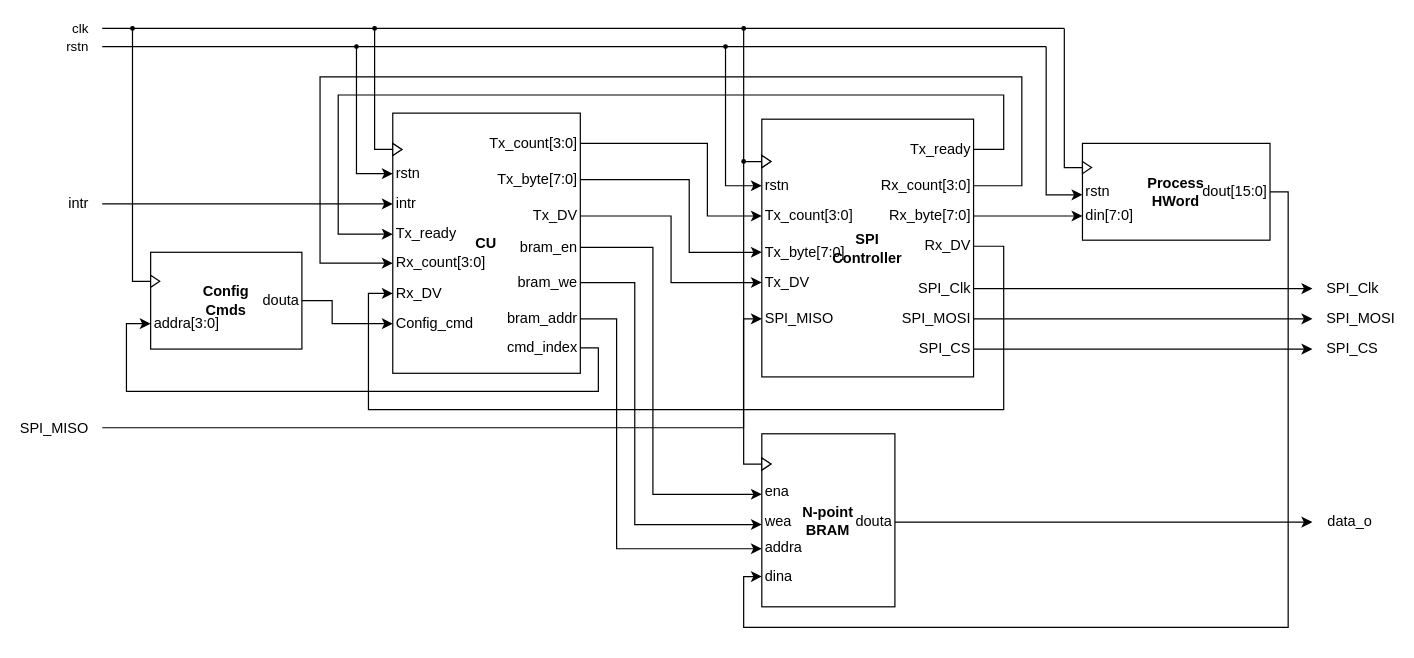
Above: page "data_path" (1 of 3) of 01_doc/03_drawings/01_design/spi_read_acc.drawio in Diogofernandes5/mthesis (draw.io), before the change. Source tidied: cells renumbered, new cells numbered last; positions are measured from the earlier drawing's top-left corner, leaving out a move shared by most shapes. Both pictures are drawn from the tidied source at 121%, with x=0, y=0 at pixel (102, 28).
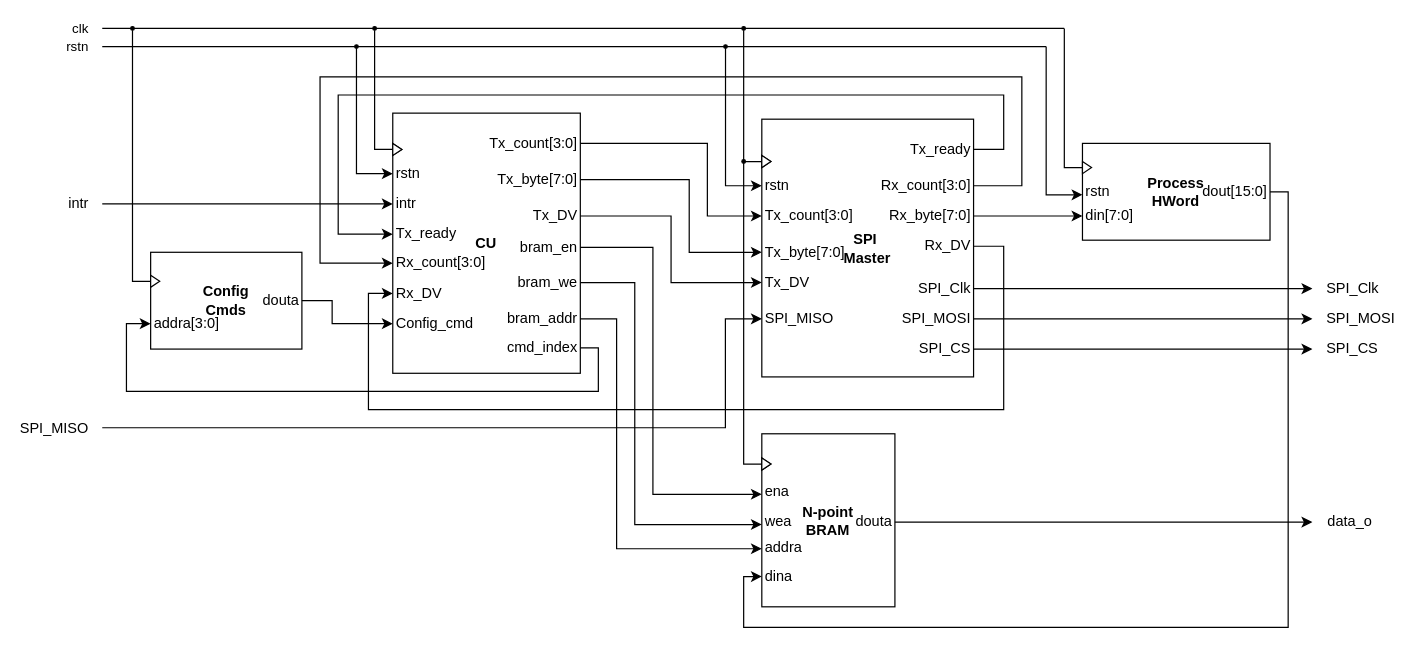
After the change.

The change refers to these unchanged cells:
```xml
<mxCell id="21" value="SPI_MISO" style="text;html=1;align=left;verticalAlign=middle;points=[];strokeColor=none;fillColor=none;fontFamily=NewsGotT;fontSize=12;fontColor=default;spacing=0;spacingLeft=3;spacingRight=-10;spacingBottom=-2;spacingTop=-2;" parent="1" vertex="1">
  <mxGeometry x="545.1" y="230" width="50" height="20" as="geometry" />
</mxCell>
```

The edit, as a diff of the source:
```diff
@@
-    <mxCell id="3" value="SPI &lt;br&gt;Controller" style="rounded=0;whiteSpace=wrap;html=1;fontFamily=NewsGotT;verticalAlign=middle;fontStyle=1;" parent="1" vertex="1">
+    <mxCell id="3" value="&lt;div&gt;SPI&amp;nbsp;&lt;/div&gt;&lt;div&gt;Master&lt;/div&gt;" style="rounded=0;whiteSpace=wrap;html=1;fontFamily=NewsGotT;verticalAlign=middle;fontStyle=1;" parent="1" vertex="1">
       <mxGeometry x="545.1" y="75" width="175" height="213" as="geometry" />
     </mxCell>
@@
     <mxCell id="19" style="edgeStyle=orthogonalEdgeStyle;rounded=0;jettySize=auto;html=1;" parent="1" edge="1" target="21">
       <mxGeometry relative="1" as="geometry">
         <mxPoint y="330" as="sourcePoint" />
         <Array as="points">
-          <mxPoint x="530" y="330" />
-          <mxPoint x="530" y="240" />
+          <mxPoint x="515" y="330" />
+          <mxPoint x="515" y="240" />
         </Array>
       </mxGeometry>
     </mxCell>
```
